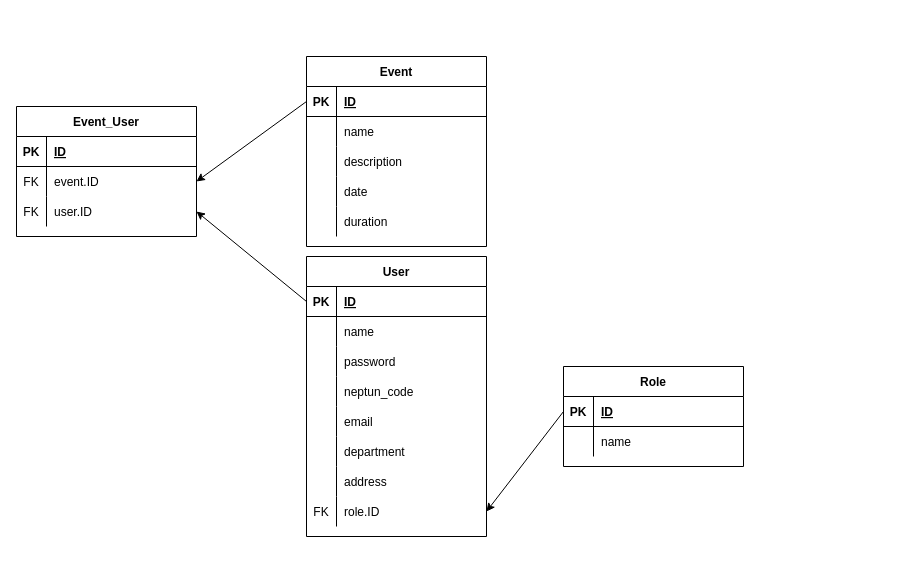
The draw.io diagram Documents/SportCheck_db_plan.drawio in Draconim/Creators, before the edit. Source tidied: cells renumbered, new cells numbered last; positions are measured from the earlier drawing's top-left corner, leaving out a move shared by most shapes. Both pictures are drawn from the tidied source at 100%, with x=0, y=0 at pixel (16, 56).
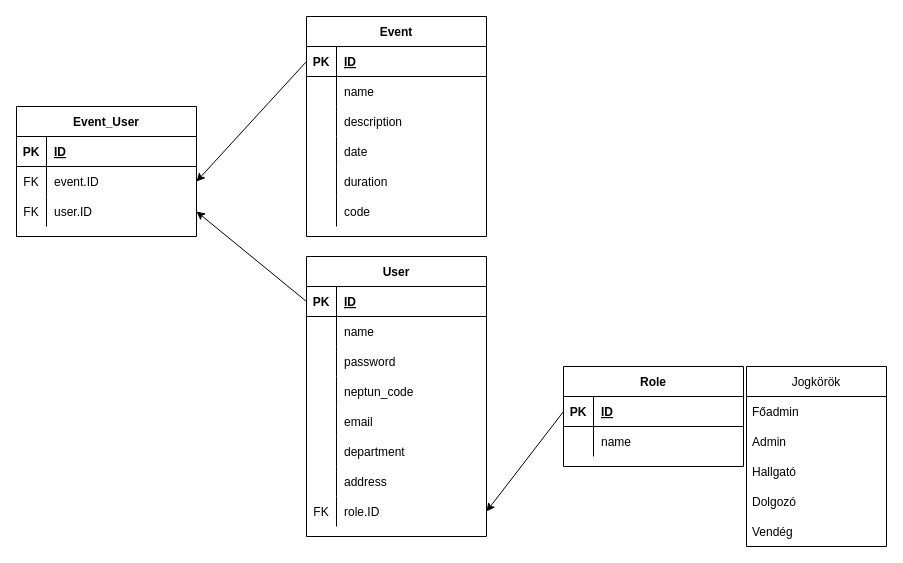
The same diagram, later.

Commit message:
Javított adatbázis terv

The edit, as a diff of the source:
```diff
@@
     <mxCell id="27" value="Event" style="shape=table;startSize=30;childLayout=tableLayout;rowLines=0;fontStyle=1;align=center;" parent="1" vertex="1">
-      <mxGeometry x="290" width="180" height="190" as="geometry" />
+      <mxGeometry x="290" y="-40" width="180" height="220" as="geometry" />
     </mxCell>
@@
+    <mxCell id="63" style="shape=tableRow;horizontal=0;startSize=0;swimlaneHead=0;swimlaneBody=0;fillColor=none;top=0;left=0;right=0;bottom=0;" parent="27" vertex="1">
+      <mxGeometry y="180" width="180" height="30" as="geometry" />
+    </mxCell>
+    <mxCell id="64" style="shape=partialRectangle;fillColor=none;top=0;left=0;bottom=0;right=0;overflow=hidden;" parent="63" vertex="1">
+      <mxGeometry width="30" height="30" as="geometry" />
+    </mxCell>
+    <mxCell id="65" value="code" style="shape=partialRectangle;fillColor=none;top=0;left=0;bottom=0;right=0;align=left;spacingLeft=6;overflow=hidden;" parent="63" vertex="1">
+      <mxGeometry x="30" width="150" height="30" as="geometry" />
+    </mxCell>
@@
+    <mxCell id="66" value="Jogkörök" style="swimlane;fontStyle=0;horizontal=1;startSize=30;" parent="1" vertex="1">
+      <mxGeometry x="730" y="310" width="140" height="180" as="geometry" />
+    </mxCell>
+    <mxCell id="67" value="Főadmin" style="text;strokeColor=none;fillColor=none;align=left;verticalAlign=middle;spacingLeft=4;spacingRight=4;overflow=hidden;" parent="66" vertex="1">
+      <mxGeometry y="30" width="140" height="30" as="geometry" />
+    </mxCell>
+    <mxCell id="68" value="Admin" style="text;strokeColor=none;fillColor=none;align=left;verticalAlign=middle;spacingLeft=4;spacingRight=4;overflow=hidden;" parent="66" vertex="1">
+      <mxGeometry y="60" width="140" height="30" as="geometry" />
+    </mxCell>
+    <mxCell id="69" value="Hallgató" style="text;strokeColor=none;fillColor=none;align=left;verticalAlign=middle;spacingLeft=4;spacingRight=4;overflow=hidden;" parent="66" vertex="1">
+      <mxGeometry y="90" width="140" height="30" as="geometry" />
+    </mxCell>
+    <mxCell id="70" value="Dolgozó" style="text;strokeColor=none;fillColor=none;align=left;verticalAlign=middle;spacingLeft=4;spacingRight=4;overflow=hidden;" parent="66" vertex="1">
+      <mxGeometry y="120" width="140" height="30" as="geometry" />
+    </mxCell>
+    <mxCell id="71" value="Vendég" style="text;strokeColor=none;fillColor=none;align=left;verticalAlign=middle;spacingLeft=4;spacingRight=4;overflow=hidden;" parent="66" vertex="1">
+      <mxGeometry y="150" width="140" height="30" as="geometry" />
+    </mxCell>
```
